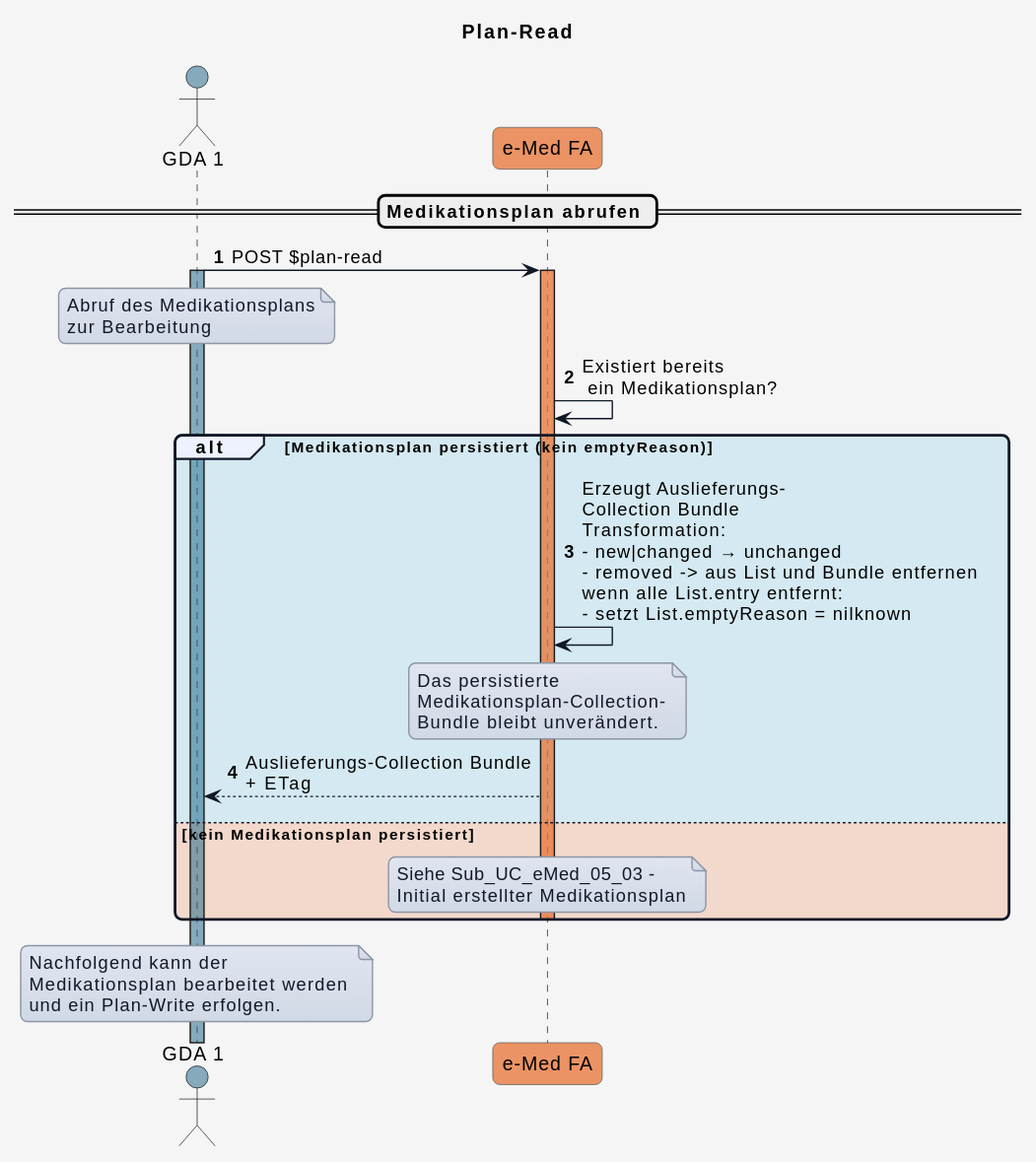
Above: input/images/plantuml/UC_eMed_05_02.svg in HL7Austria/ELGA-e-Medikation-R4 (PlantUML), before the change.
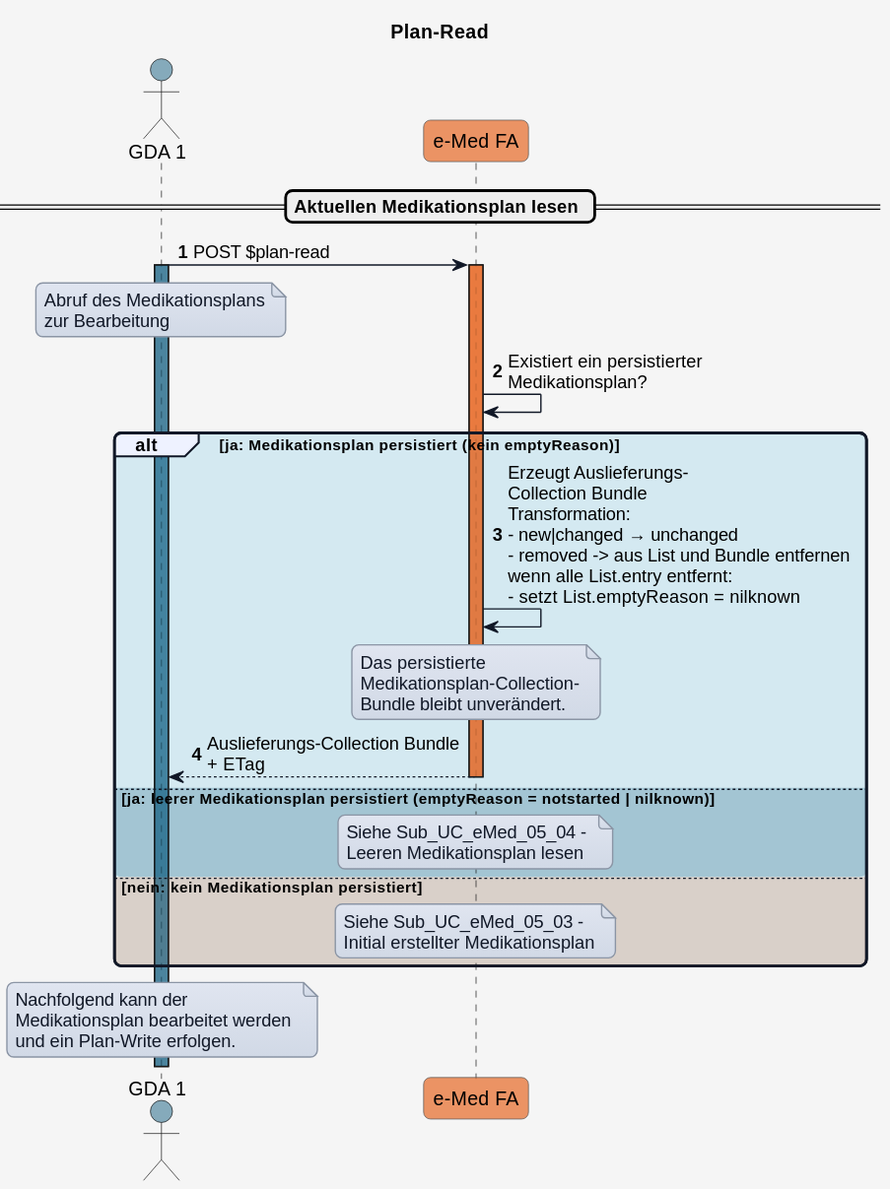
After the commit.

What changed in the source:
```diff
@@ -46,6 +46,7 @@
 !define COLOR_E_REZEPT #cd3732a9
 
 !define COLOR_OK       #0F9ED525
+!define COLOR_OK_2     #34738d4e
 !define COLOR_ERROR    #E9713235
 
 actor GDA_1 as "GDA 1" COLOR_GDA_1
@@ -54,7 +55,7 @@
 
 autonumber
 
-== Medikationsplan abrufen ==
+== Aktuellen Medikationsplan lesen ==
 
 GDA_1 -> eMed_FA: POST $plan-read
 activate GDA_1 COLOR_GDA_1
@@ -65,9 +66,9 @@
 end note
 
 activate eMed_FA COLOR_EMED_FA
-eMed_FA -> eMed_FA: Existiert bereits\n ein Medikationsplan?
+eMed_FA -> eMed_FA: Existiert ein persistierter\nMedikationsplan?
 
-alt COLOR_OK Medikationsplan persistiert (kein emptyReason)
+alt COLOR_OK ja: Medikationsplan persistiert (kein emptyReason)
   eMed_FA -> eMed_FA: Erzeugt Auslieferungs-\nCollection Bundle\nTransformation:\n- new|changed → unchanged\n- removed -> aus List und Bundle entfernen\nwenn alle List.entry entfernt:\n- setzt List.emptyReason = nilknown
   note over eMed_FA
   Das persistierte
@@ -77,7 +78,14 @@
 
   eMed_FA --> GDA_1: Auslieferungs-Collection Bundle\n+ ETag
 
-else COLOR_ERROR kein Medikationsplan persistiert
+else COLOR_OK_2 ja: leerer Medikationsplan persistiert (emptyReason = notstarted | nilknown)
+
+  note over eMed_FA
+  Siehe Sub_UC_eMed_05_04 -
+  Leeren Medikationsplan lesen
+  end note
+
+else COLOR_ERROR nein: kein Medikationsplan persistiert
 
   note over eMed_FA
   Siehe Sub_UC_eMed_05_03 -
```
